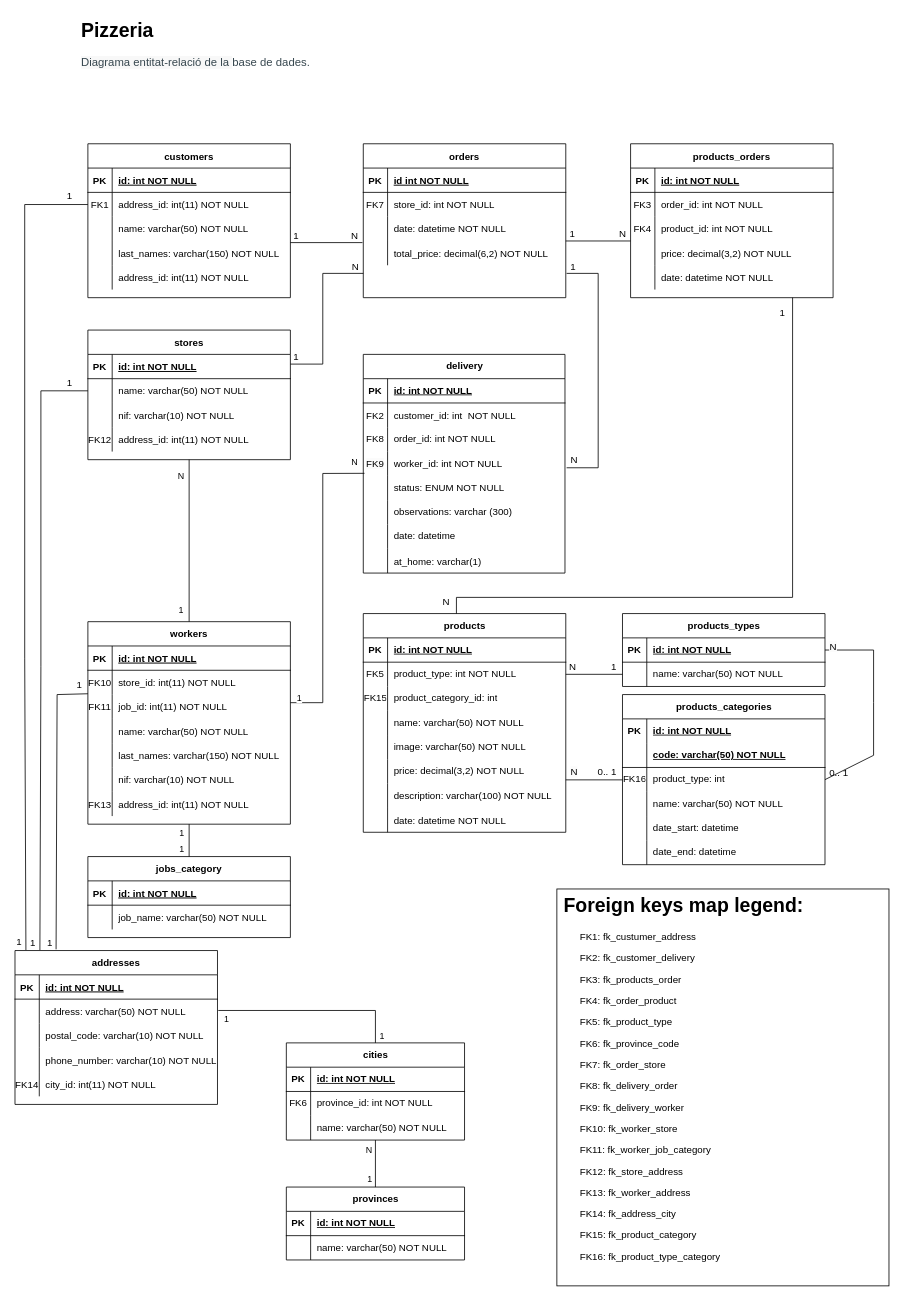
alescu/mysql-estructura keeps this draw.io diagram as Pizzeria/pizzeria.drawio. Above is the earlier version. Source tidied: cells renumbered, new cells numbered last; positions are measured from the earlier drawing's top-left corner, leaving out a move shared by most shapes. Both pictures are drawn from the tidied source at 81%, with x=0, y=0 at pixel (15, 14).
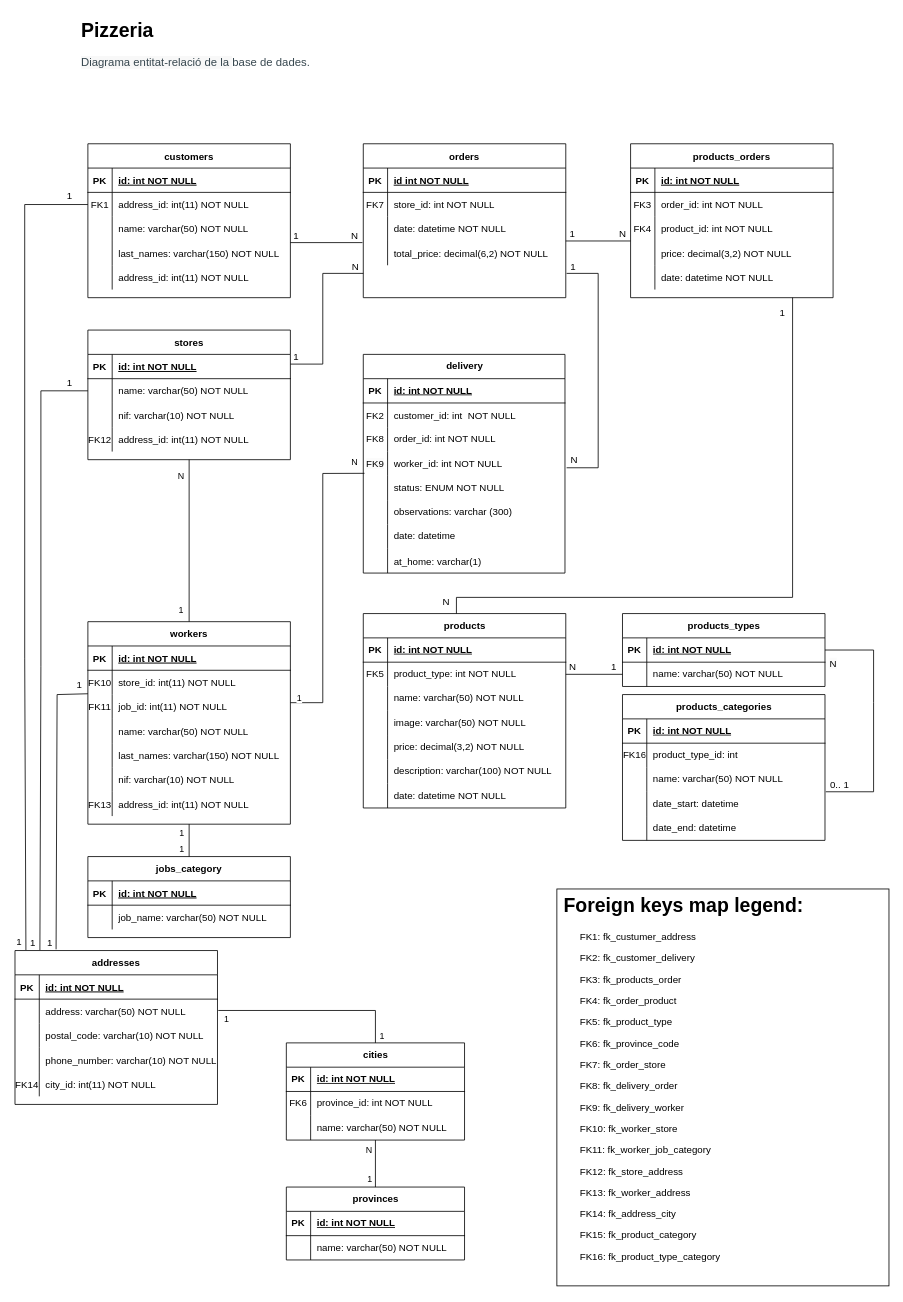
The same diagram, later.

Change to the diagram source:
```diff
@@
     <mxCell id="64" value="products" style="shape=table;startSize=30;childLayout=tableLayout;rowLines=0;fontStyle=1;align=center;html=1;" parent="1" vertex="1">
-      <mxGeometry x="430" y="740" width="250" height="270" as="geometry" />
+      <mxGeometry x="430" y="740" width="250" height="240" as="geometry" />
     </mxCell>
@@
-    <mxCell id="71" style="shape=tableRow;horizontal=0;startSize=0;swimlaneHead=0;swimlaneBody=0;fillColor=none;top=0;left=0;right=0;bottom=0;" parent="64" vertex="1">
-      <mxGeometry y="90" width="250" height="30" as="geometry" />
-    </mxCell>
-    <mxCell id="72" value="&lt;span style=&quot;text-wrap-mode: nowrap;&quot;&gt;FK15&lt;/span&gt;" style="shape=partialRectangle;fillColor=none;top=0;left=0;bottom=0;right=0;overflow=hidden;whiteSpace=wrap;html=1;" parent="71" vertex="1">
-      <mxGeometry width="30" height="30" as="geometry" />
-    </mxCell>
-    <mxCell id="73" value="&lt;span style=&quot;text-wrap-mode: nowrap;&quot;&gt;product_&lt;/span&gt;&lt;span style=&quot;text-wrap-mode: nowrap;&quot;&gt;category_id: int&lt;/span&gt;" style="shape=partialRectangle;fillColor=none;top=0;left=0;bottom=0;right=0;align=left;spacingLeft=6;overflow=hidden;whiteSpace=wrap;html=1;" parent="71" vertex="1">
-      <mxGeometry x="30" width="220" height="30" as="geometry" />
-    </mxCell>
     <mxCell id="74" style="shape=tableRow;horizontal=0;startSize=0;swimlaneHead=0;swimlaneBody=0;fillColor=none;top=0;left=0;right=0;bottom=0;" parent="64" vertex="1">
-      <mxGeometry y="120" width="250" height="30" as="geometry" />
+      <mxGeometry y="90" width="250" height="30" as="geometry" />
     </mxCell>
@@
     <mxCell id="77" style="shape=tableRow;horizontal=0;startSize=0;swimlaneHead=0;swimlaneBody=0;fillColor=none;top=0;left=0;right=0;bottom=0;" parent="64" vertex="1">
-      <mxGeometry y="150" width="250" height="30" as="geometry" />
+      <mxGeometry y="120" width="250" height="30" as="geometry" />
     </mxCell>
@@
     <mxCell id="80" style="shape=tableRow;horizontal=0;startSize=0;swimlaneHead=0;swimlaneBody=0;fillColor=none;top=0;left=0;right=0;bottom=0;" parent="64" vertex="1">
-      <mxGeometry y="180" width="250" height="30" as="geometry" />
+      <mxGeometry y="150" width="250" height="30" as="geometry" />
     </mxCell>
@@
     <mxCell id="83" style="shape=tableRow;horizontal=0;startSize=0;swimlaneHead=0;swimlaneBody=0;fillColor=none;top=0;left=0;right=0;bottom=0;" parent="64" vertex="1">
-      <mxGeometry y="210" width="250" height="30" as="geometry" />
+      <mxGeometry y="180" width="250" height="30" as="geometry" />
     </mxCell>
@@
     <mxCell id="86" style="shape=partialRectangle;fillColor=none;top=0;left=0;right=0;bottom=0;" parent="64" vertex="1">
-      <mxGeometry y="240" width="250" height="30" as="geometry" />
+      <mxGeometry y="210" width="250" height="30" as="geometry" />
     </mxCell>
@@
     <mxCell id="223" value="products_categories" style="shape=table;startSize=30;childLayout=tableLayout;rowLines=0;fontStyle=1;align=center;html=1;" parent="1" vertex="1">
-      <mxGeometry x="750" y="840" width="250" height="210" as="geometry" />
+      <mxGeometry x="750" y="840" width="250" height="180" as="geometry" />
     </mxCell>
-    <mxCell id="224" style="shape=tableRow;horizontal=0;startSize=0;swimlaneHead=0;swimlaneBody=0;fillColor=none;top=0;left=0;right=0;bottom=0;" parent="223" vertex="1">
-      <mxGeometry y="30" width="250" height="30" as="geometry" />
-    </mxCell>
-    <mxCell id="225" value="&lt;span style=&quot;font-weight: 700;&quot;&gt;PK&lt;/span&gt;" style="shape=partialRectangle;fillColor=none;top=0;left=0;bottom=0;right=0;overflow=hidden;whiteSpace=wrap;html=1;" parent="224" vertex="1">
-      <mxGeometry width="30" height="30" as="geometry" />
-    </mxCell>
-    <mxCell id="226" value="&lt;span style=&quot;font-weight: 700; text-decoration-line: underline;&quot;&gt;id: int NOT NULL&lt;/span&gt;" style="shape=partialRectangle;fillColor=none;top=0;left=0;bottom=0;right=0;align=left;spacingLeft=6;overflow=hidden;whiteSpace=wrap;html=1;" parent="224" vertex="1">
-      <mxGeometry x="30" width="220" height="30" as="geometry" />
-    </mxCell>
     <mxCell id="227" style="shape=tableRow;horizontal=0;startSize=0;swimlaneHead=0;swimlaneBody=0;fillColor=none;top=0;left=0;right=0;bottom=1;" parent="223" vertex="1">
-      <mxGeometry y="60" width="250" height="30" as="geometry" />
+      <mxGeometry y="30" width="250" height="30" as="geometry" />
     </mxCell>
-    <mxCell id="228" style="shape=partialRectangle;fillColor=none;top=0;left=0;bottom=0;right=0;fontStyle=1;overflow=hidden;whiteSpace=wrap;html=1;" parent="227" vertex="1">
+    <mxCell id="228" value="PK" style="shape=partialRectangle;fillColor=none;top=0;left=0;bottom=0;right=0;fontStyle=1;overflow=hidden;whiteSpace=wrap;html=1;" parent="227" vertex="1">
       <mxGeometry width="30" height="30" as="geometry" />
     </mxCell>
-    <mxCell id="229" value="&lt;b style=&quot;text-wrap-mode: nowrap;&quot;&gt;code: varchar(50) NOT NULL&lt;/b&gt;" style="shape=partialRectangle;fillColor=none;top=0;left=0;bottom=0;right=0;align=left;spacingLeft=6;fontStyle=5;overflow=hidden;whiteSpace=wrap;html=1;" parent="227" vertex="1">
+    <mxCell id="229" value="id: int NOT NULL" style="shape=partialRectangle;fillColor=none;top=0;left=0;bottom=0;right=0;align=left;spacingLeft=6;fontStyle=5;overflow=hidden;whiteSpace=wrap;html=1;" parent="227" vertex="1">
       <mxGeometry x="30" width="220" height="30" as="geometry" />
     </mxCell>
     <mxCell id="230" style="shape=tableRow;horizontal=0;startSize=0;swimlaneHead=0;swimlaneBody=0;fillColor=none;points=[[0,0.5],[1,0.5]];portConstraint=eastwest;top=0;left=0;right=0;bottom=0;" parent="223" vertex="1">
-      <mxGeometry y="90" width="250" height="30" as="geometry" />
+      <mxGeometry y="60" width="250" height="30" as="geometry" />
     </mxCell>
@@
-    <mxCell id="232" value="&lt;span style=&quot;text-wrap-mode: nowrap;&quot;&gt;product_type: int&lt;/span&gt;" style="shape=partialRectangle;fillColor=none;top=0;left=0;bottom=0;right=0;align=left;spacingLeft=6;overflow=hidden;whiteSpace=wrap;html=1;" parent="230" vertex="1">
+    <mxCell id="232" value="&lt;span style=&quot;text-wrap-mode: nowrap;&quot;&gt;product_type_id: int&lt;/span&gt;" style="shape=partialRectangle;fillColor=none;top=0;left=0;bottom=0;right=0;align=left;spacingLeft=6;overflow=hidden;whiteSpace=wrap;html=1;" parent="230" vertex="1">
       <mxGeometry x="30" width="220" height="30" as="geometry" />
     </mxCell>
     <mxCell id="233" style="shape=tableRow;horizontal=0;startSize=0;swimlaneHead=0;swimlaneBody=0;fillColor=none;top=0;left=0;right=0;bottom=0;" parent="223" vertex="1">
-      <mxGeometry y="120" width="250" height="30" as="geometry" />
+      <mxGeometry y="90" width="250" height="30" as="geometry" />
     </mxCell>
@@
     <mxCell id="236" style="shape=tableRow;horizontal=0;startSize=0;swimlaneHead=0;swimlaneBody=0;fillColor=none;top=0;left=0;right=0;bottom=0;" parent="223" vertex="1">
-      <mxGeometry y="150" width="250" height="30" as="geometry" />
+      <mxGeometry y="120" width="250" height="30" as="geometry" />
     </mxCell>
@@
     <mxCell id="239" style="shape=tableRow;horizontal=0;startSize=0;swimlaneHead=0;swimlaneBody=0;fillColor=none;top=0;left=0;right=0;bottom=0;" parent="223" vertex="1">
-      <mxGeometry y="180" width="250" height="30" as="geometry" />
+      <mxGeometry y="150" width="250" height="30" as="geometry" />
     </mxCell>
@@
-    <mxCell id="243" style="endArrow=none;html=1;rounded=0;strokeColor=default;flowAnimation=0;exitX=1;exitY=0.5;exitDx=0;exitDy=0;entryX=0;entryY=0.5;entryDx=0;entryDy=0;" parent="1" edge="1">
-      <mxGeometry relative="1" as="geometry">
-        <mxPoint x="680" y="945.3" as="sourcePoint" />
-        <mxPoint x="750" y="945.3" as="targetPoint" />
-      </mxGeometry>
-    </mxCell>
-    <mxCell id="244" value="0..&amp;nbsp;1" style="html=1;whiteSpace=wrap;align=right;verticalAlign=bottom;" parent="243" vertex="1">
-      <mxGeometry x="1" relative="1" as="geometry">
-        <mxPoint x="-6" y="-1" as="offset" />
-      </mxGeometry>
-    </mxCell>
-    <mxCell id="245" value="&lt;span style=&quot;font-size: 12px; text-align: right; background-color: rgb(251, 251, 251);&quot;&gt;N&lt;/span&gt;" style="edgeLabel;html=1;align=center;verticalAlign=middle;" parent="243" vertex="1">
-      <mxGeometry x="0.13" y="-2" relative="1" as="geometry">
-        <mxPoint x="-31" y="-12" as="offset" />
-      </mxGeometry>
-    </mxCell>
@@
-    <mxCell id="247" style="endArrow=none;html=1;rounded=0;strokeColor=default;flowAnimation=0;exitX=1;exitY=0.5;exitDx=0;exitDy=0;entryX=1;entryY=0.5;entryDx=0;entryDy=0;" parent="1" edge="1" target="230">
+    <mxCell id="247" style="endArrow=none;html=1;rounded=0;strokeColor=default;flowAnimation=0;exitX=1;exitY=0.5;exitDx=0;exitDy=0;" parent="1" edge="1">
       <mxGeometry relative="1" as="geometry">
         <mxPoint x="1000" y="785" as="sourcePoint" />
+        <mxPoint x="1001" y="960" as="targetPoint" />
         <Array as="points">
           <mxPoint x="1060" y="785" />
           <mxPoint x="1060" y="850" />
-          <mxPoint x="1060" y="915" />
+          <mxPoint x="1060" y="960" />
         </Array>
       </mxGeometry>
     </mxCell>
```
